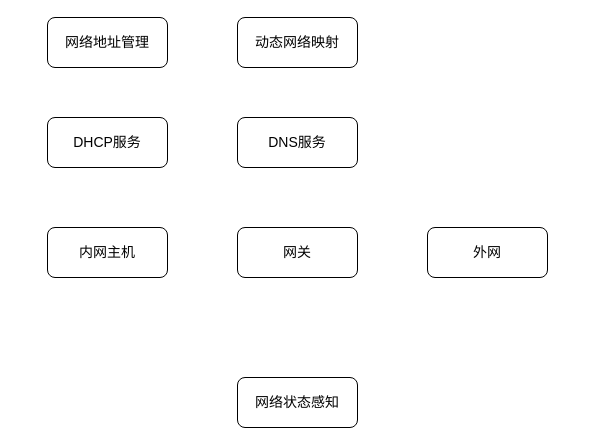
The draw.io diagram 网络服务子系统工作原理图.drawio in qiuqiu1234/my-test-pro, before the edit. Source tidied: cells renumbered, new cells numbered last; positions are measured from the earlier drawing's top-left corner, leaving out a move shared by most shapes. Both pictures are drawn from the tidied source at 100%, with x=0, y=0 at pixel (47, 17).
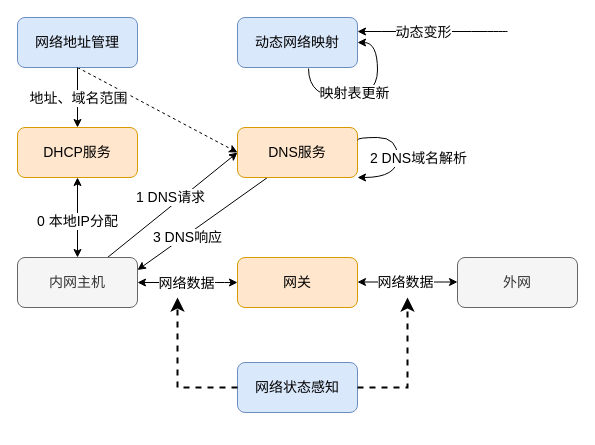
The same diagram, later.

Commit message (it also covers changes not shown here):
更新网络服务子系统工作原理图.drawio

Change to the diagram source:
```diff
@@
+    <mxCell id="10" style="rounded=0;jettySize=auto;html=1;exitX=0.5;exitY=1;exitDx=0;exitDy=0;entryX=0;entryY=0.5;entryDx=0;entryDy=0;strokeWidth=1;fontSize=14;dashed=1;" parent="1" edge="1" source="2" target="5">
+      <mxGeometry relative="1" as="geometry" />
+    </mxCell>
-    <mxCell id="2" value="&lt;font style=&quot;font-size: 14px;&quot;&gt;网络地址管理&lt;/font&gt;" style="rounded=1;whiteSpace=wrap;html=1;" parent="1" vertex="1">
-      <mxGeometry width="120" height="50" as="geometry" />
+    <mxCell id="2" value="&lt;font style=&quot;font-size: 14px;&quot;&gt;网络地址管理&lt;/font&gt;" style="rounded=1;whiteSpace=wrap;html=1;fillColor=#dae8fc;strokeColor=#6c8ebf;" parent="1" vertex="1">
+      <mxGeometry x="-30" width="120" height="50" as="geometry" />
     </mxCell>
-    <mxCell id="3" value="&lt;font style=&quot;font-size: 14px;&quot;&gt;动态网络映射&lt;/font&gt;" style="rounded=1;whiteSpace=wrap;html=1;" parent="1" vertex="1">
+    <mxCell id="3" value="&lt;font style=&quot;font-size: 14px;&quot;&gt;动态网络映射&lt;/font&gt;" style="rounded=1;whiteSpace=wrap;html=1;fillColor=#dae8fc;strokeColor=#6c8ebf;" parent="1" vertex="1">
       <mxGeometry x="190" width="120" height="50" as="geometry" />
     </mxCell>
-    <mxCell id="4" value="&lt;font style=&quot;font-size: 14px;&quot;&gt;DHCP服务&lt;/font&gt;" style="rounded=1;whiteSpace=wrap;html=1;" parent="1" vertex="1">
-      <mxGeometry y="100" width="120" height="50" as="geometry" />
+    <mxCell id="4" value="&lt;font style=&quot;font-size: 14px;&quot;&gt;DHCP服务&lt;/font&gt;" style="rounded=1;whiteSpace=wrap;html=1;fillColor=#ffe6cc;strokeColor=#d79b00;" parent="1" vertex="1">
+      <mxGeometry x="-30" y="110" width="120" height="50" as="geometry" />
     </mxCell>
+    <mxCell id="11" style="edgeStyle=none;rounded=0;jettySize=auto;html=1;exitX=0.25;exitY=1;exitDx=0;exitDy=0;entryX=1;entryY=0.25;entryDx=0;entryDy=0;strokeWidth=1;fontSize=14;" parent="1" edge="1" source="5" target="6">
+      <mxGeometry relative="1" as="geometry" />
+    </mxCell>
+    <mxCell id="12" value="3 DNS响应" style="edgeLabel;html=1;align=center;verticalAlign=middle;fontSize=14;" parent="11" vertex="1">
+      <mxGeometry x="0.24" y="2" relative="1" as="geometry">
+        <mxPoint x="-1" as="offset" />
+      </mxGeometry>
+    </mxCell>
-    <mxCell id="5" value="&lt;font style=&quot;font-size: 14px;&quot;&gt;DNS服务&lt;/font&gt;" style="rounded=1;whiteSpace=wrap;html=1;" parent="1" vertex="1">
-      <mxGeometry x="190" y="100" width="120" height="50" as="geometry" />
+    <mxCell id="5" value="&lt;font style=&quot;font-size: 14px;&quot;&gt;DNS服务&lt;/font&gt;" style="rounded=1;whiteSpace=wrap;html=1;fillColor=#ffe6cc;strokeColor=#d79b00;" parent="1" vertex="1">
+      <mxGeometry x="190" y="110" width="120" height="50" as="geometry" />
     </mxCell>
+    <mxCell id="13" style="edgeStyle=none;rounded=0;jettySize=auto;html=1;exitX=0.75;exitY=0;exitDx=0;exitDy=0;entryX=0;entryY=0.5;entryDx=0;entryDy=0;strokeWidth=1;fontSize=14;" parent="1" edge="1" source="6" target="5">
+      <mxGeometry relative="1" as="geometry" />
+    </mxCell>
+    <mxCell id="14" value="1 DNS请求" style="edgeLabel;html=1;align=center;verticalAlign=middle;fontSize=14;" parent="13" vertex="1">
+      <mxGeometry x="-0.23" y="2" relative="1" as="geometry">
+        <mxPoint x="14" y="-19" as="offset" />
+      </mxGeometry>
+    </mxCell>
-    <mxCell id="6" value="&lt;font style=&quot;font-size: 14px;&quot;&gt;内网主机&lt;/font&gt;" style="rounded=1;whiteSpace=wrap;html=1;" parent="1" vertex="1">
-      <mxGeometry y="210" width="120" height="50" as="geometry" />
+    <mxCell id="6" value="&lt;font style=&quot;font-size: 14px;&quot;&gt;内网主机&lt;/font&gt;" style="rounded=1;whiteSpace=wrap;html=1;fillColor=#f5f5f5;fontColor=#333333;strokeColor=#666666;" parent="1" vertex="1">
+      <mxGeometry x="-30" y="240" width="120" height="50" as="geometry" />
     </mxCell>
-    <mxCell id="7" value="&lt;font style=&quot;font-size: 14px;&quot;&gt;网关&lt;/font&gt;" style="rounded=1;whiteSpace=wrap;html=1;" parent="1" vertex="1">
-      <mxGeometry x="190" y="210" width="120" height="50" as="geometry" />
+    <mxCell id="7" value="&lt;font style=&quot;font-size: 14px;&quot;&gt;网关&lt;/font&gt;" style="rounded=1;whiteSpace=wrap;html=1;fillColor=#ffe6cc;strokeColor=#d79b00;" parent="1" vertex="1">
+      <mxGeometry x="190" y="240" width="120" height="50" as="geometry" />
     </mxCell>
-    <mxCell id="8" value="&lt;font style=&quot;font-size: 14px;&quot;&gt;外网&lt;/font&gt;" style="rounded=1;whiteSpace=wrap;html=1;" parent="1" vertex="1">
-      <mxGeometry x="380" y="210" width="120" height="50" as="geometry" />
+    <mxCell id="8" value="&lt;font style=&quot;font-size: 14px;&quot;&gt;外网&lt;/font&gt;" style="rounded=1;whiteSpace=wrap;html=1;fillColor=#f5f5f5;strokeColor=#666666;fontColor=#333333;" parent="1" vertex="1">
+      <mxGeometry x="410" y="240" width="120" height="50" as="geometry" />
     </mxCell>
-    <mxCell id="9" value="&lt;font style=&quot;font-size: 14px;&quot;&gt;网络状态感知&lt;/font&gt;" style="rounded=1;whiteSpace=wrap;html=1;" parent="1" vertex="1">
-      <mxGeometry x="190" y="360" width="120" height="50" as="geometry" />
+    <mxCell id="9" value="&lt;font style=&quot;font-size: 14px;&quot;&gt;网络状态感知&lt;/font&gt;" style="rounded=1;whiteSpace=wrap;html=1;fillColor=#dae8fc;strokeColor=#6c8ebf;" parent="1" vertex="1">
+      <mxGeometry x="190" y="345" width="120" height="50" as="geometry" />
     </mxCell>
+    <mxCell id="15" style="endArrow=classic;html=1;rounded=0;fontSize=14;entryX=0.5;entryY=0;entryDx=0;entryDy=0;exitX=0.5;exitY=1;exitDx=0;exitDy=0;" parent="1" edge="1" source="2" target="4">
+      <mxGeometry relative="1" as="geometry" />
+    </mxCell>
+    <mxCell id="16" value="地址、域名范围" style="edgeLabel;html=1;align=center;verticalAlign=middle;strokeWidth=2;fontSize=14;" parent="15" vertex="1">
+      <mxGeometry relative="1" as="geometry" />
+    </mxCell>
+    <mxCell id="17" style="edgeStyle=orthogonalEdgeStyle;curved=1;rounded=1;orthogonalLoop=1;jettySize=auto;html=1;exitX=1;exitY=0.25;exitDx=0;exitDy=0;entryX=1;entryY=1;entryDx=0;entryDy=0;strokeWidth=1;fontSize=14;" parent="1" edge="1" source="5" target="5">
+      <mxGeometry relative="1" as="geometry">
+        <Array as="points">
+          <mxPoint x="310" y="120" />
+          <mxPoint x="350" y="120" />
+          <mxPoint x="350" y="160" />
+        </Array>
+      </mxGeometry>
+    </mxCell>
+    <mxCell id="18" value="2 DNS域名解析" style="edgeLabel;html=1;align=center;verticalAlign=middle;fontSize=14;" parent="17" vertex="1">
+      <mxGeometry x="-0.42" y="-4" relative="1" as="geometry">
+        <mxPoint x="27" y="16" as="offset" />
+      </mxGeometry>
+    </mxCell>
+    <mxCell id="19" style="rounded=1;orthogonalLoop=1;jettySize=auto;html=1;exitX=0.592;exitY=1.02;exitDx=0;exitDy=0;entryX=1;entryY=0.5;entryDx=0;entryDy=0;strokeWidth=1;fontSize=14;exitPerimeter=0;edgeStyle=orthogonalEdgeStyle;curved=1;" parent="1" edge="1" source="3" target="3">
+      <mxGeometry relative="1" as="geometry">
+        <Array as="points">
+          <mxPoint x="261" y="80" />
+          <mxPoint x="330" y="80" />
+          <mxPoint x="330" y="25" />
+        </Array>
+      </mxGeometry>
+    </mxCell>
+    <mxCell id="20" value="映射表更新" style="edgeLabel;html=1;align=center;verticalAlign=middle;fontSize=14;" parent="19" vertex="1">
+      <mxGeometry x="-0.13" y="5" relative="1" as="geometry" />
+    </mxCell>
+    <mxCell id="21" style="endArrow=classic;html=1;rounded=1;strokeWidth=1;fontSize=14;curved=1;entryX=1;entryY=0.5;entryDx=0;entryDy=0;" parent="1" edge="1">
+      <mxGeometry relative="1" as="geometry">
+        <mxPoint x="460" y="14" as="sourcePoint" />
+        <mxPoint x="310" y="14" as="targetPoint" />
+      </mxGeometry>
+    </mxCell>
+    <mxCell id="22" value="动态变形" style="edgeLabel;html=1;align=center;verticalAlign=middle;fontSize=14;" parent="21" vertex="1">
+      <mxGeometry x="0.24" y="-3" relative="1" as="geometry">
+        <mxPoint x="8" y="3" as="offset" />
+      </mxGeometry>
+    </mxCell>
+    <mxCell id="23" style="endArrow=classic;startArrow=classic;html=1;rounded=1;strokeWidth=1;fontSize=14;exitX=0.5;exitY=0;exitDx=0;exitDy=0;entryX=0.5;entryY=1;entryDx=0;entryDy=0;" parent="1" edge="1" source="6" target="4">
+      <mxGeometry relative="1" as="geometry" />
+    </mxCell>
+    <mxCell id="24" value="0 本地IP分配" style="edgeLabel;html=1;align=center;verticalAlign=middle;fontSize=14;" parent="23" vertex="1">
+      <mxGeometry x="-0.07" y="1" relative="1" as="geometry" />
+    </mxCell>
+    <mxCell id="25" style="endArrow=classic;startArrow=classic;html=1;rounded=1;strokeWidth=1;fontSize=14;curved=1;entryX=0;entryY=0.5;entryDx=0;entryDy=0;exitX=1;exitY=0.5;exitDx=0;exitDy=0;" parent="1" edge="1" source="6" target="7">
+      <mxGeometry relative="1" as="geometry">
+        <Array as="points">
+          <mxPoint x="160" y="265" />
+        </Array>
+      </mxGeometry>
+    </mxCell>
+    <mxCell id="26" value="网络数据" style="edgeLabel;html=1;align=center;verticalAlign=middle;fontSize=14;" parent="25" vertex="1">
+      <mxGeometry x="-0.14" relative="1" as="geometry">
+        <mxPoint x="5" as="offset" />
+      </mxGeometry>
+    </mxCell>
+    <mxCell id="27" style="endArrow=classic;startArrow=classic;html=1;rounded=1;strokeWidth=1;fontSize=14;curved=1;entryX=0;entryY=0.5;entryDx=0;entryDy=0;exitX=1;exitY=0.5;exitDx=0;exitDy=0;" parent="1" edge="1">
+      <mxGeometry relative="1" as="geometry">
+        <mxPoint x="310" y="264.5" as="sourcePoint" />
+        <mxPoint x="410" y="264.5" as="targetPoint" />
+        <Array as="points">
+          <mxPoint x="380" y="264.5" />
+        </Array>
+      </mxGeometry>
+    </mxCell>
+    <mxCell id="28" value="网络数据" style="edgeLabel;html=1;align=center;verticalAlign=middle;fontSize=14;" parent="27" vertex="1">
+      <mxGeometry x="-0.14" relative="1" as="geometry">
+        <mxPoint x="4" as="offset" />
+      </mxGeometry>
+    </mxCell>
+    <mxCell id="29" style="edgeStyle=segmentEdgeStyle;endArrow=classic;html=1;curved=0;rounded=0;endSize=8;startSize=8;strokeWidth=2;fontSize=14;dashed=1;" parent="1" edge="1">
+      <mxGeometry relative="1" as="geometry">
+        <mxPoint x="310" y="370" as="sourcePoint" />
+        <mxPoint x="360" y="280" as="targetPoint" />
+      </mxGeometry>
+    </mxCell>
+    <mxCell id="30" style="edgeStyle=segmentEdgeStyle;endArrow=classic;html=1;curved=0;rounded=0;endSize=8;startSize=8;dashed=1;strokeWidth=2;fontSize=14;exitX=0;exitY=0.5;exitDx=0;exitDy=0;" parent="1" edge="1" source="9">
+      <mxGeometry relative="1" as="geometry">
+        <mxPoint x="130" y="280" as="targetPoint" />
+      </mxGeometry>
+    </mxCell>
```
